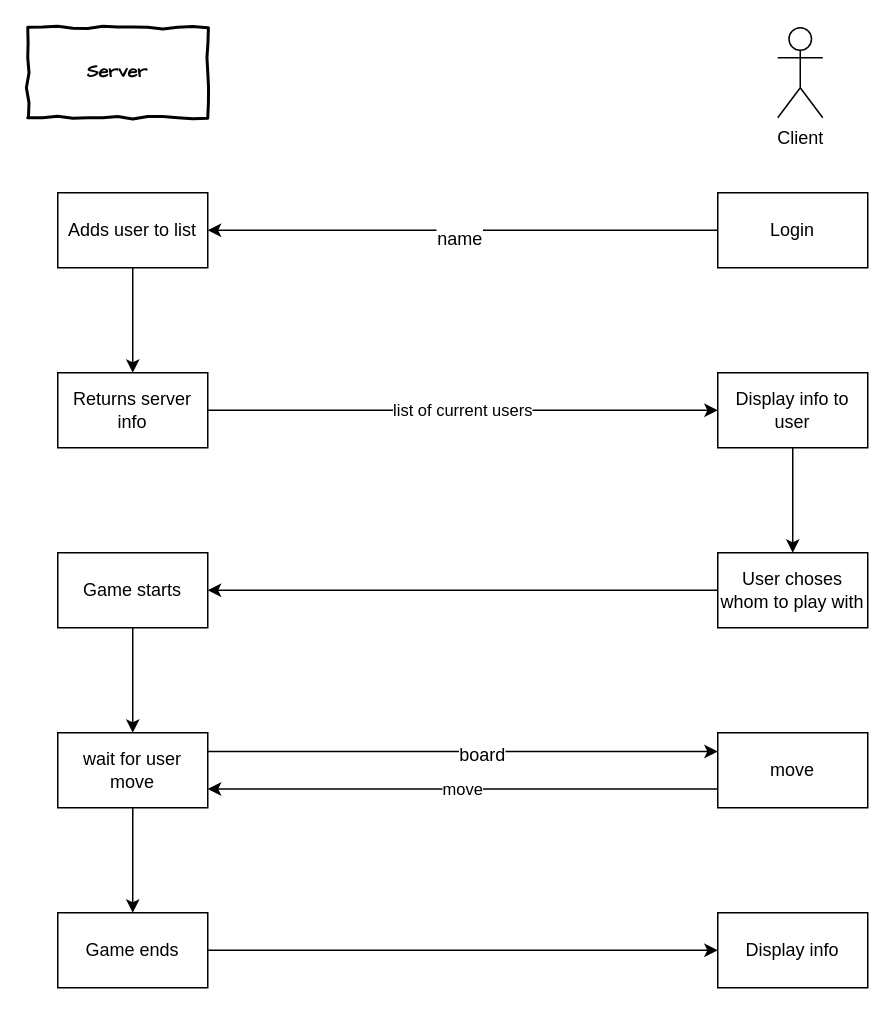
Before: page "Page-1" (1 of 2) of ServerClient.drawio in AskoldMakaruk/TcpChess, a draw.io diagram. Source tidied: cells renumbered, new cells numbered last; positions are measured from the earlier drawing's top-left corner, leaving out a move shared by most shapes. Both pictures are drawn from the tidied source at 150%, with x=0, y=0 at pixel (27, 27).
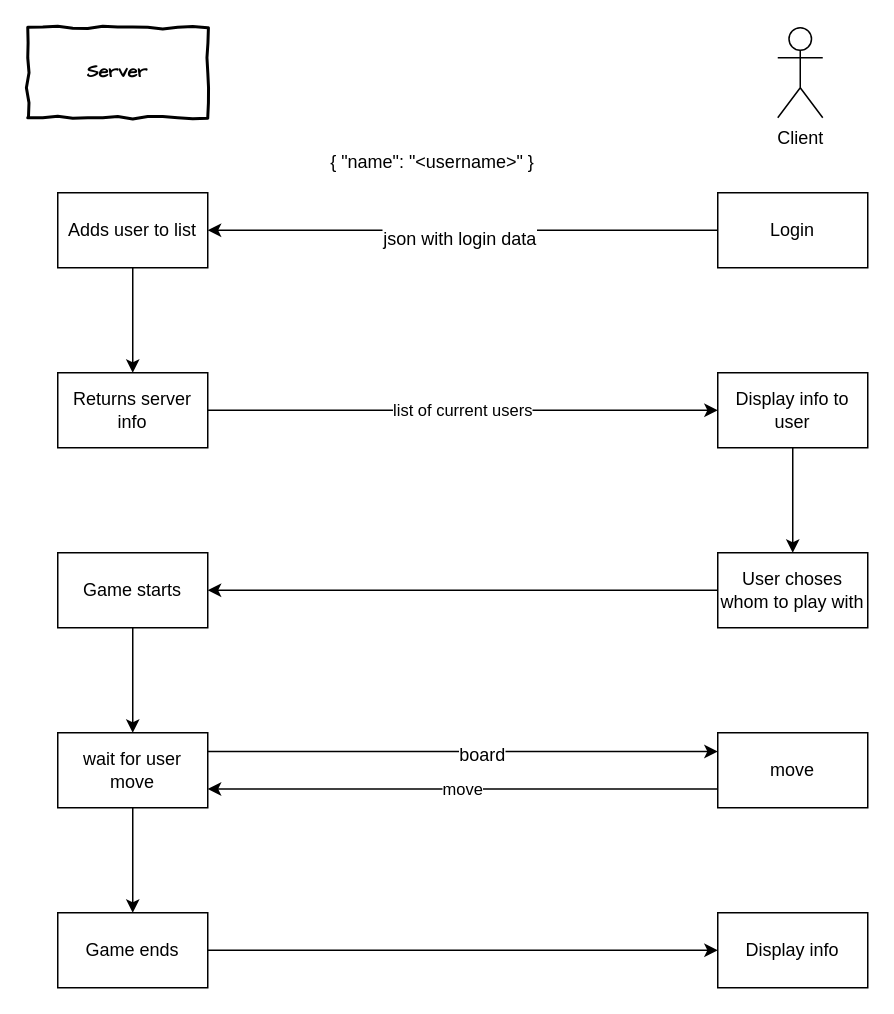
The same page after the edit.

Unchanged cells that the change refers to:
```xml
<mxCell id="4" style="edgeStyle=orthogonalEdgeStyle;rounded=0;jettySize=auto;html=1;" parent="1" edge="1" source="7">
  <mxGeometry relative="1" as="geometry">
    <mxPoint x="120" y="135" as="targetPoint" />
  </mxGeometry>
</mxCell>
```

Diff of the diagram source:
```diff
@@
-    <mxCell id="6" value="name" style="text;html=1;align=center;verticalAlign=middle;labelBackgroundColor=#ffffff;" parent="4" vertex="1">
+    <mxCell id="6" value="json with login data" style="text;html=1;align=center;verticalAlign=middle;labelBackgroundColor=#ffffff;" parent="4" vertex="1">
       <mxGeometry x="0.12" y="1" relative="1" as="geometry">
         <mxPoint x="18" y="4" as="offset" />
       </mxGeometry>
     </mxCell>
@@
+    <mxCell id="27" value="{ &quot;name&quot;: &quot;&amp;lt;username&amp;gt;&quot; }" style="text;html=1;strokeColor=none;fillColor=none;align=center;verticalAlign=middle;whiteSpace=wrap;rounded=0;" parent="1" vertex="1">
+      <mxGeometry x="200" y="60" width="140" height="60" as="geometry" />
+    </mxCell>
```
